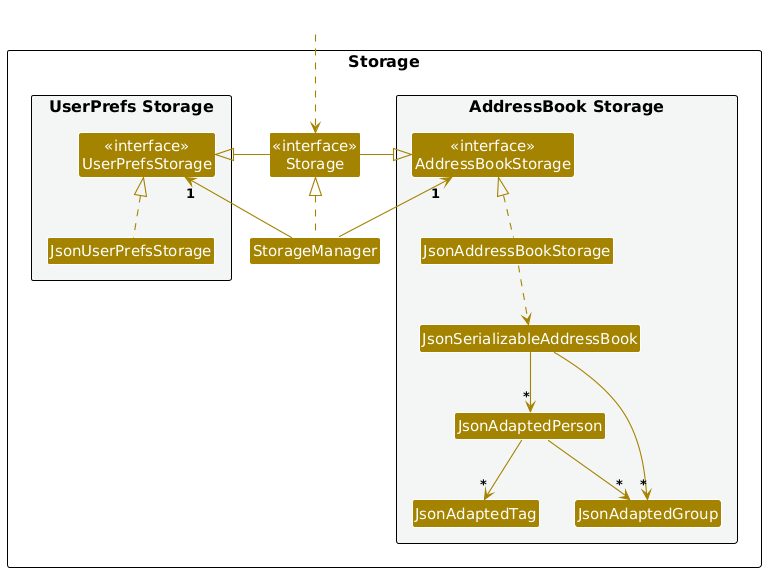
Before: docs/images/StorageClassDiagram.png, a diagram exported from PlantUML (mengshuos/tp). Its diagram source:
```plantuml
@startuml



!define UI_COLOR #1D8900
!define UI_COLOR_T1 #83E769
!define UI_COLOR_T2 #3FC71B
!define UI_COLOR_T3 #166800
!define UI_COLOR_T4 #0E4100

!define LOGIC_COLOR #3333C4
!define LOGIC_COLOR_T1 #C8C8FA
!define LOGIC_COLOR_T2 #6A6ADC
!define LOGIC_COLOR_T3 #1616B0
!define LOGIC_COLOR_T4 #101086

!define MODEL_COLOR #9D0012
!define MODEL_COLOR_T1 #F97181
!define MODEL_COLOR_T2 #E41F36
!define MODEL_COLOR_T3 #7B000E
!define MODEL_COLOR_T4 #51000A

!define STORAGE_COLOR #A38300
!define STORAGE_COLOR_T1 #FFE374
!define STORAGE_COLOR_T2 #EDC520
!define STORAGE_COLOR_T3 #806600
!define STORAGE_COLOR_T2 #544400

!define USER_COLOR #000000

skinparam Package {
    BackgroundColor #FFFFFF
    BorderThickness 1
    FontSize 16
}

skinparam Class {
    FontColor #FFFFFF
    FontSize 15
    BorderThickness 1
    BorderColor #FFFFFF
    StereotypeFontColor #FFFFFF
    FontName Arial
}

skinparam Actor {
    BorderColor USER_COLOR
    Color USER_COLOR
    FontName Arial
}

skinparam Sequence {
    MessageAlign center
    BoxFontSize 15
    BoxPadding 0
    BoxFontColor #FFFFFF
    FontName Arial
}

skinparam Participant {
    FontColor #FFFFFFF
    Padding 20
}

skinparam ArrowFontStyle bold
skinparam MinClassWidth 50
skinparam ParticipantPadding 10
skinparam Shadowing false
skinparam DefaultTextAlignment center
skinparam packageStyle Rectangle

hide footbox
hide members
hide circle






skinparam arrowThickness 1.1
skinparam arrowColor STORAGE_COLOR
skinparam classBackgroundColor STORAGE_COLOR

package Storage as StoragePackage {

package "UserPrefs Storage" #F4F6F6{
Class "<<interface>>\nUserPrefsStorage" as UserPrefsStorage
Class JsonUserPrefsStorage
}

Class "<<interface>>\nStorage" as Storage
Class StorageManager

package "AddressBook Storage" #F4F6F6{
Class "<<interface>>\nAddressBookStorage" as AddressBookStorage
Class JsonAddressBookStorage
Class JsonSerializableAddressBook
Class JsonAdaptedPerson
Class JsonAdaptedTag
Class JsonAdaptedGroup
}

}

Class HiddenOutside #FFFFFF
HiddenOutside ..> Storage

StorageManager .up.|> Storage
StorageManager -up-> "1" UserPrefsStorage
StorageManager -up-> "1" AddressBookStorage

Storage -left-|> UserPrefsStorage
Storage -right-|> AddressBookStorage

JsonUserPrefsStorage .up.|> UserPrefsStorage
JsonAddressBookStorage .up.|> AddressBookStorage
JsonAddressBookStorage ..> JsonSerializableAddressBook
JsonSerializableAddressBook --> "*" JsonAdaptedPerson
JsonSerializableAddressBook --> "*" JsonAdaptedGroup
JsonAdaptedPerson --> "*" JsonAdaptedTag
JsonAdaptedPerson --> "*" JsonAdaptedGroup
@enduml
```
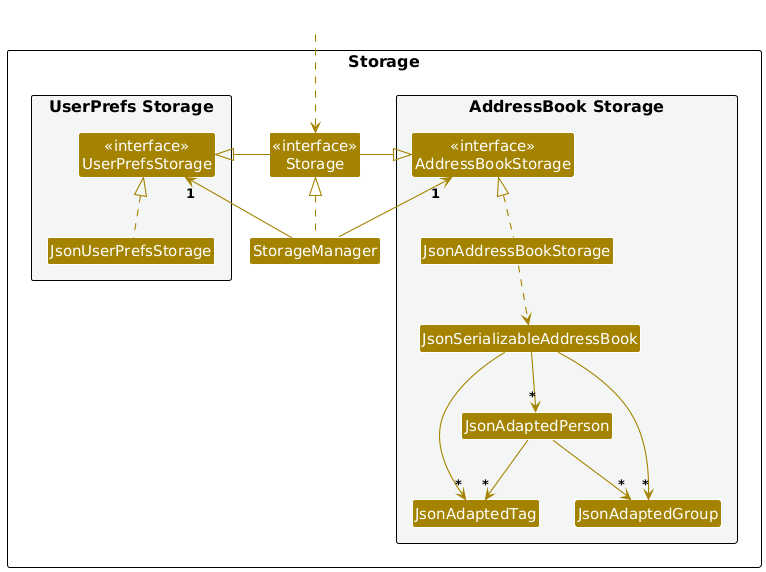
Above is the later version.

Commit message:
Update Storage UML Diagram

What changed in the source:
```diff
@@ -77,7 +77,6 @@
 
 
 
-
 skinparam arrowThickness 1.1
 skinparam arrowColor STORAGE_COLOR
 skinparam classBackgroundColor STORAGE_COLOR
@@ -118,6 +117,7 @@
 JsonAddressBookStorage ..> JsonSerializableAddressBook
 JsonSerializableAddressBook --> "*" JsonAdaptedPerson
 JsonSerializableAddressBook --> "*" JsonAdaptedGroup
+JsonSerializableAddressBook --> "*" JsonAdaptedTag
 JsonAdaptedPerson --> "*" JsonAdaptedTag
 JsonAdaptedPerson --> "*" JsonAdaptedGroup
 @enduml
```
